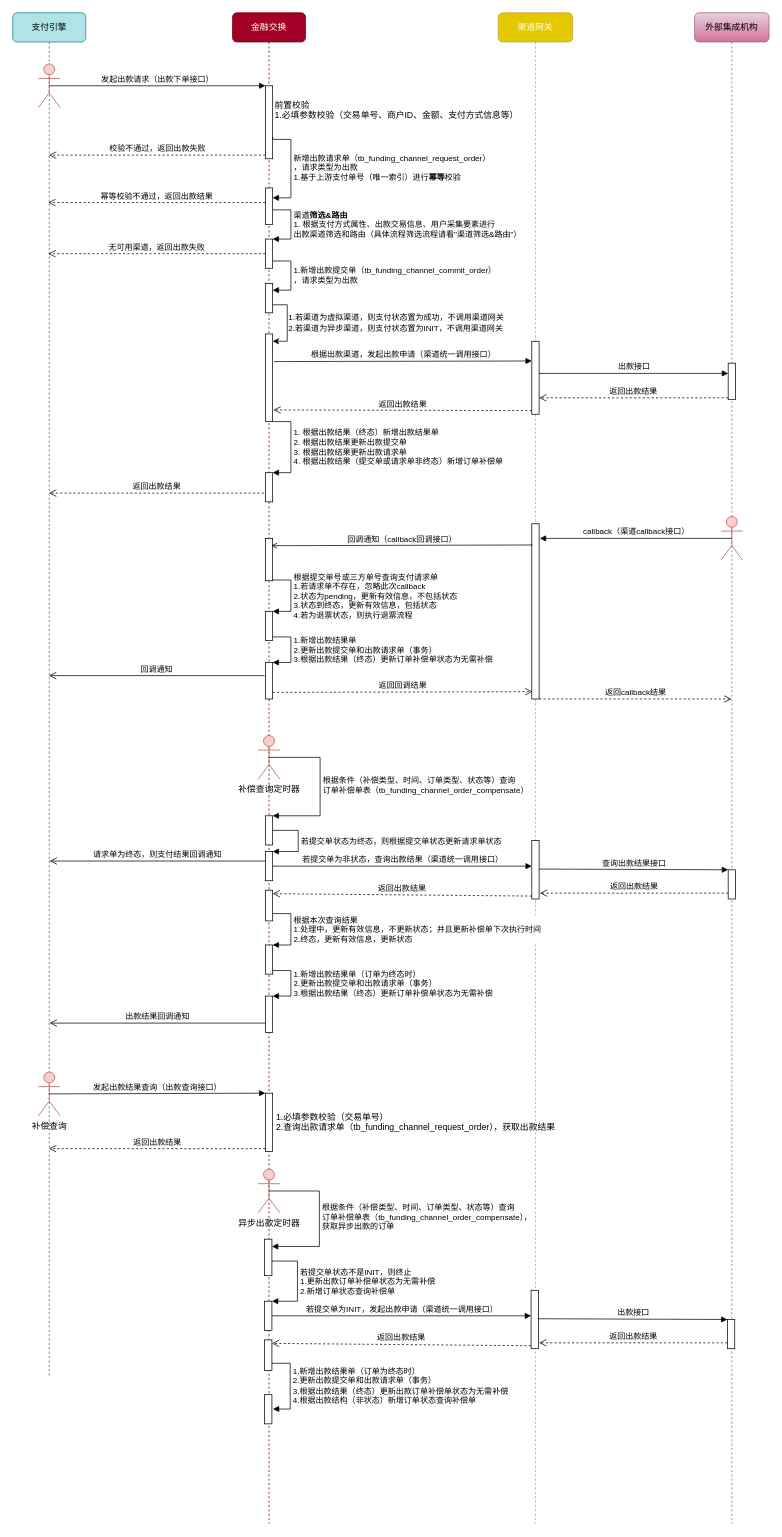
Earlier version of the draw.io diagram page "出款流程" (4 of 7) of 渠道时序图v2.drawio (CatFei666/drawio_gallery). Source tidied: cells renumbered, new cells numbered last; positions are measured from the earlier drawing's top-left corner, leaving out a move shared by most shapes. Both pictures are drawn from the tidied source at 73%, with x=0, y=0 at pixel (12, 12).
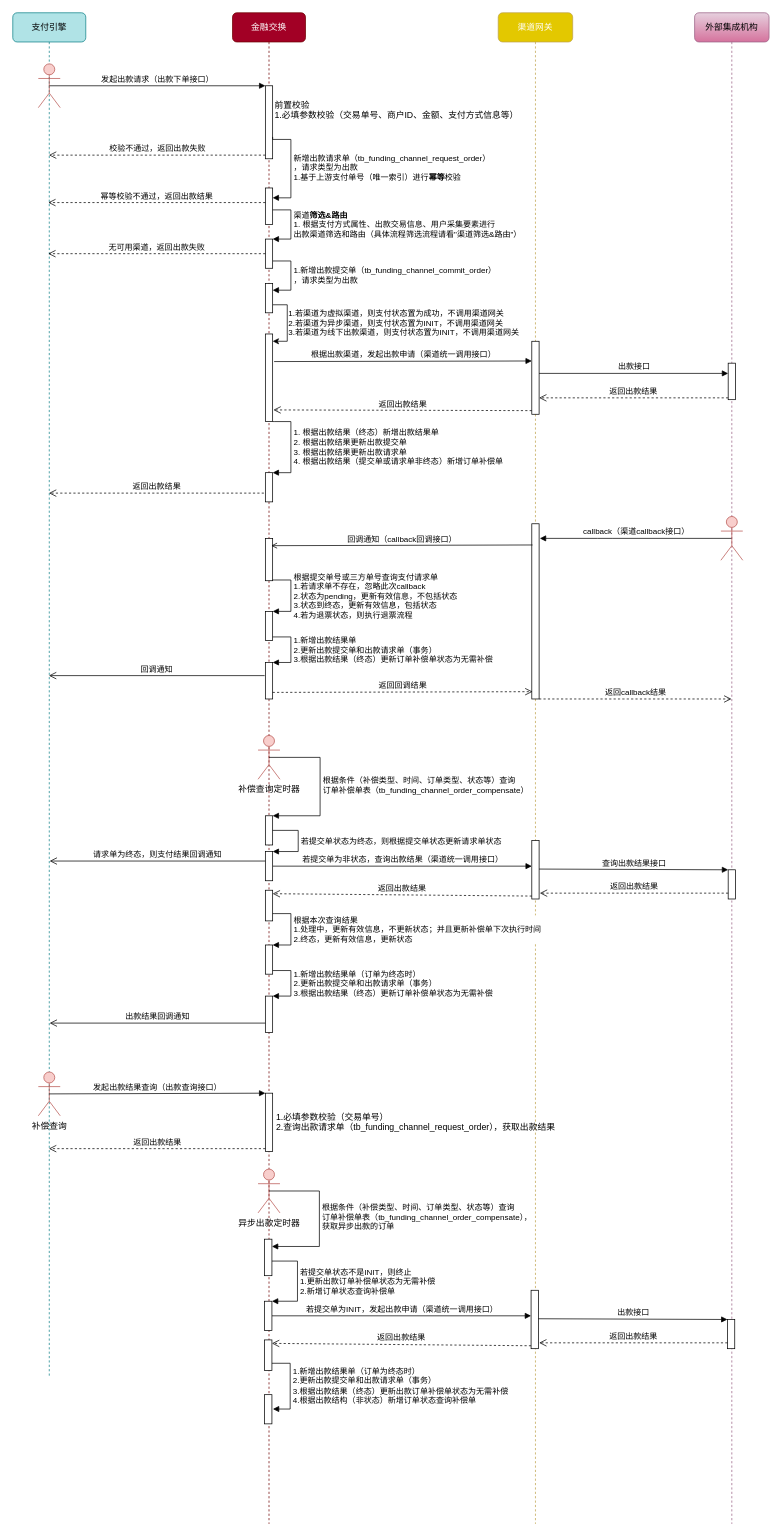
Above is the later version.

The change refers to these unchanged cells:
```xml
<mxCell id="2" value="金融交换" style="shape=umlLifeline;perimeter=lifelinePerimeter;whiteSpace=wrap;html=1;rounded=1;shadow=0;glass=0;comic=0;sketch=0;strokeWidth=1;fontFamily=Verdana;fillColor=#a20025;strokeColor=#6F0000;fontColor=#ffffff;" parent="1" vertex="1">
  <mxGeometry x="301" width="100" height="2070" as="geometry" />
</mxCell>
<mxCell id="6" style="html=1;points=[];perimeter=orthogonalPerimeter;strokeWidth=1;fillColor=#FFFFFF;align=left;" parent="2" vertex="1">
  <mxGeometry x="45" y="371" width="10" height="40" as="geometry" />
</mxCell>
<mxCell id="8" style="html=1;points=[];perimeter=orthogonalPerimeter;strokeWidth=1;fillColor=#FFFFFF;align=left;" parent="2" vertex="1">
  <mxGeometry x="45" y="440" width="10" height="120" as="geometry" />
</mxCell>
```

What changed in the source:
```diff
@@
-    <mxCell id="5" value="1.若渠道为虚拟渠道，则支付状态置为成功，不调用渠道网关&lt;br&gt;2.若渠道为异步渠道，则支付状态置为INIT，不调用渠道网关" style="edgeStyle=orthogonalEdgeStyle;rounded=0;jettySize=auto;html=1;align=left;" parent="2" edge="1" source="6" target="8">
+    <mxCell id="5" value="1.若渠道为虚拟渠道，则支付状态置为成功，不调用渠道网关&lt;br&gt;2.若渠道为异步渠道，则支付状态置为INIT，不调用渠道网关&lt;br&gt;3.若渠道为线下出款渠道，则支付状态置为INIT，不调用渠道网关" style="edgeStyle=orthogonalEdgeStyle;rounded=0;jettySize=auto;html=1;align=left;" parent="2" edge="1" source="6" target="8">
       <mxGeometry relative="1" as="geometry">
         <Array as="points">
           <mxPoint x="75" y="400" />
           <mxPoint x="75" y="450" />
         </Array>
       </mxGeometry>
     </mxCell>
```
